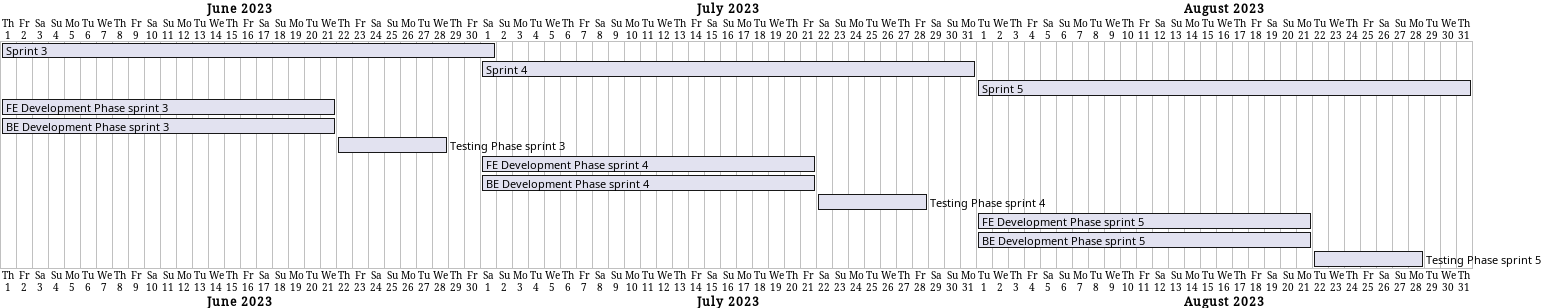
Above: proposal/latex/images/sprint timeline 2.png in aldihsuhandi/skripsi-2023 (PlantUML), before the change.
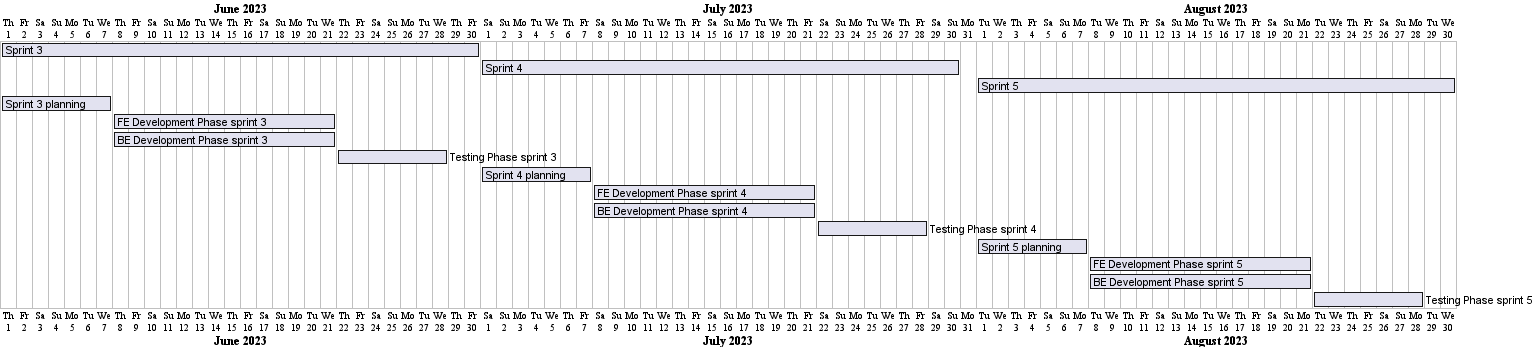
The same diagram one commit later.

Diff of the diagram source:
```diff
@@ -1,32 +1,39 @@
 @startgantt sprint timeline 2
-[Sprint 3] lasts 31 days
-[Sprint 4] lasts 31 days
-[Sprint 5] lasts 31 days
-[FE Development Phase sprint 3] lasts 21 days
-[BE Development Phase sprint 3] lasts 21 days
+[Sprint 3] lasts 30 days
+[Sprint 4] lasts 30 days
+[Sprint 5] lasts 30 days
+[Sprint 3 planning] lasts 7 days
+[FE Development Phase sprint 3] lasts 14 days
+[BE Development Phase sprint 3] lasts 14 days
 [Testing Phase sprint 3] lasts 7 days
 
-[FE Development Phase sprint 4] lasts 21 days
-[BE Development Phase sprint 4] lasts 21 days
+[Sprint 4 planning] lasts 7 days
+[FE Development Phase sprint 4] lasts 14 days
+[BE Development Phase sprint 4] lasts 14 days
 [Testing Phase sprint 4] lasts 7 days
 
-[FE Development Phase sprint 5] lasts 21 days
-[BE Development Phase sprint 5] lasts 21 days
+[Sprint 5 planning] lasts 7 days
+[FE Development Phase sprint 5] lasts 14 days
+[BE Development Phase sprint 5] lasts 14 days
 [Testing Phase sprint 5] lasts 7 days
 
 Project starts 2023-06-01
 [Sprint 3] starts 2023-06-01
 [Sprint 4] starts 2023-07-01
 [Sprint 5] starts 2023-08-01
-[FE Development Phase sprint 3] starts 2023-06-01
-[BE Development Phase sprint 3] starts 2023-06-01
+
+[Sprint 3 planning] starts 2023-06-01
+[FE Development Phase sprint 3] starts 2023-06-08
+[BE Development Phase sprint 3] starts 2023-06-08
 [Testing Phase sprint 3] starts 2023-06-22
 
-[FE Development Phase sprint 4] starts 2023-07-01
-[BE Development Phase sprint 4] starts 2023-07-01
+[Sprint 4 planning] starts 2023-07-01
+[FE Development Phase sprint 4] starts 2023-07-08
+[BE Development Phase sprint 4] starts 2023-07-08
 [Testing Phase sprint 4] starts 2023-07-22
 
-[FE Development Phase sprint 5] starts 2023-08-01
-[BE Development Phase sprint 5] starts 2023-08-01
+[Sprint 5 planning] starts 2023-08-01
+[FE Development Phase sprint 5] starts 2023-08-08
+[BE Development Phase sprint 5] starts 2023-08-08
 [Testing Phase sprint 5] starts 2023-08-22
 @endgantt
```
